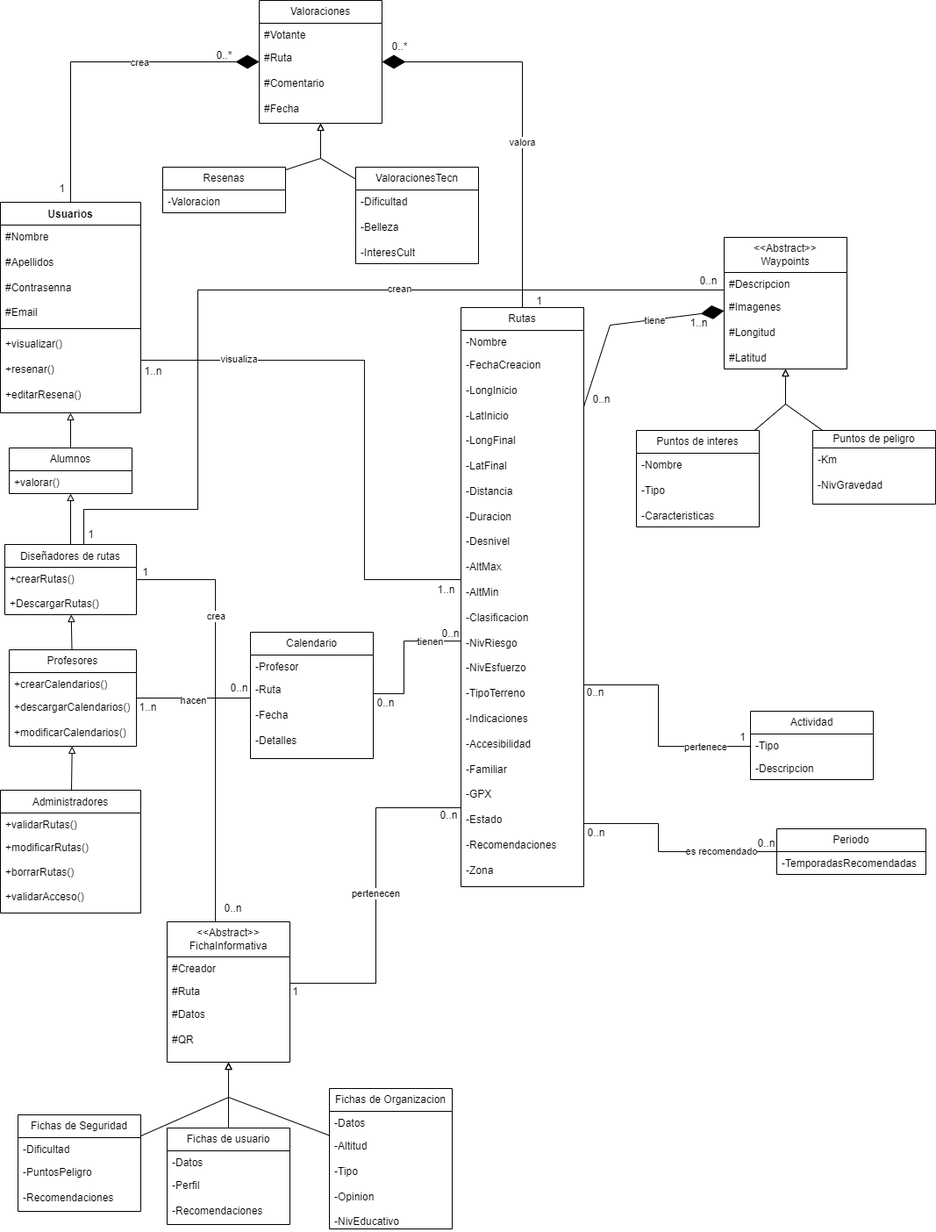
This is imagenes/Diagrama de clases.png from DanCabAltF4/DAM1_EQUIPO1_2425, a draw.io export, as it was before one commit. Source tidied: cells renumbered, new cells last; positions are measured from the earlier drawing's top-left corner, leaving out a move shared by most shapes.
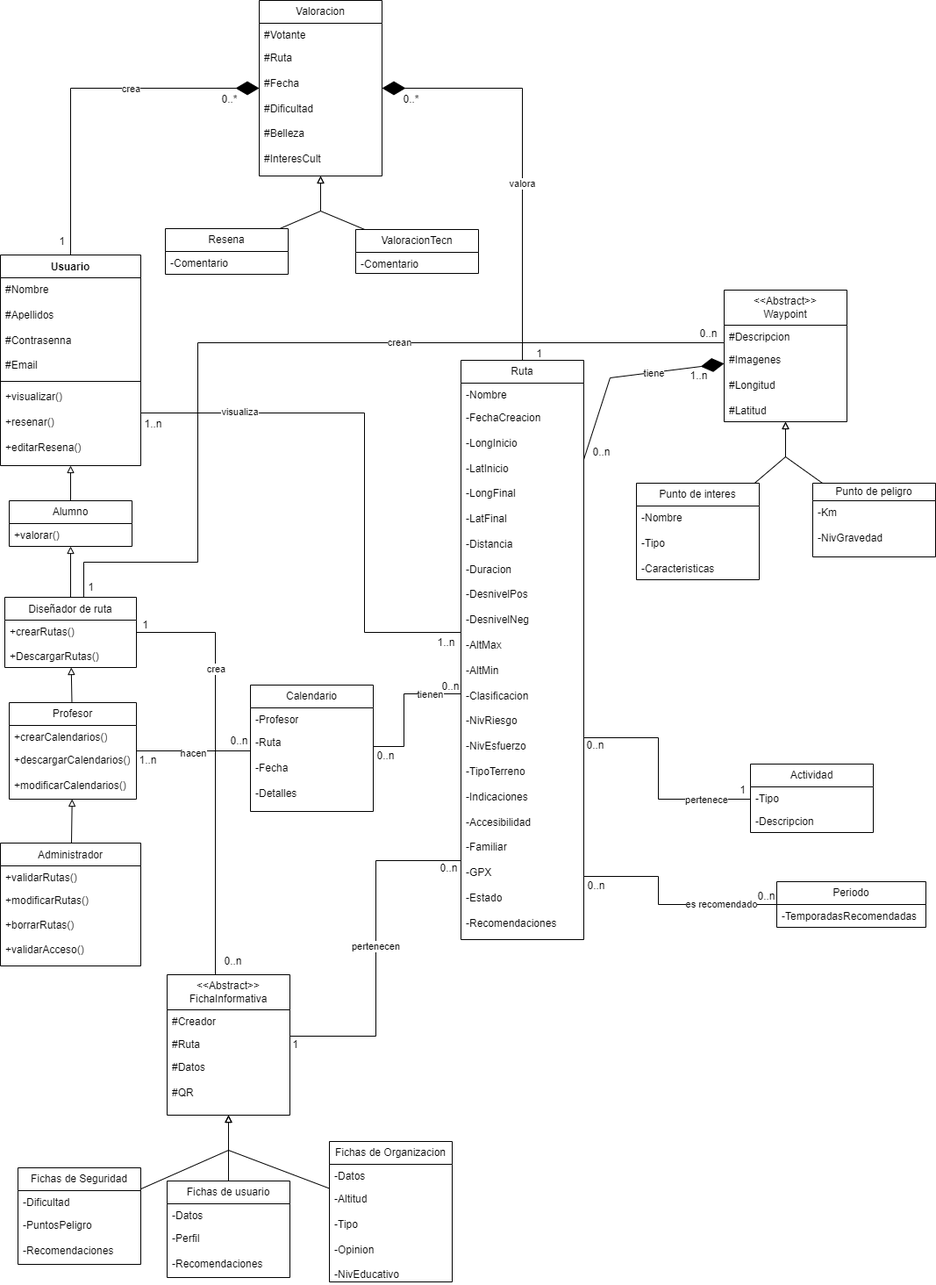
After the commit.

Commit message:
Diagrama de clases actualizadas las valoraciones

Change to the diagram source:
```diff
@@ -2,7 +2,7 @@
   <root>
     <mxCell id="0" />
     <mxCell id="1" parent="0" />
-    <mxCell id="2" value="Administradores" style="swimlane;fontStyle=0;align=center;verticalAlign=top;horizontal=1;startSize=26;rounded=0;shadow=0;strokeWidth=1;labelBackgroundColor=none;" parent="1" vertex="1">
+    <mxCell id="2" value="Administrador" style="swimlane;fontStyle=0;align=center;verticalAlign=top;horizontal=1;startSize=26;rounded=0;shadow=0;strokeWidth=1;labelBackgroundColor=none;" parent="1" vertex="1">
       <mxGeometry y="900" width="160" height="140" as="geometry" />
     </mxCell>
     <mxCell id="3" value="+validarRutas()" style="text;align=left;verticalAlign=top;spacingLeft=4;spacingRight=4;overflow=hidden;labelBackgroundColor=none;" parent="2" vertex="1">
@@ -11,13 +11,13 @@
     <mxCell id="4" value="+modificarRutas()&#10;&#10;+borrarRutas()&#10;&#10;+validarAcceso()" style="text;align=left;verticalAlign=top;spacingLeft=4;spacingRight=4;overflow=hidden;rounded=0;shadow=0;html=0;labelBackgroundColor=none;" parent="2" vertex="1">
       <mxGeometry y="52" width="160" height="88" as="geometry" />
     </mxCell>
-    <mxCell id="5" value="Diseñadores de rutas" style="swimlane;fontStyle=0;align=center;verticalAlign=top;horizontal=1;startSize=26;rounded=0;shadow=0;strokeWidth=1;labelBackgroundColor=none;" parent="1" vertex="1">
+    <mxCell id="5" value="Diseñador de ruta" style="swimlane;fontStyle=0;align=center;verticalAlign=top;horizontal=1;startSize=26;rounded=0;shadow=0;strokeWidth=1;labelBackgroundColor=none;" parent="1" vertex="1">
       <mxGeometry x="5" y="620" width="150" height="80" as="geometry" />
     </mxCell>
     <mxCell id="6" value="+crearRutas()&#10;&#10;+DescargarRutas()" style="text;align=left;verticalAlign=top;spacingLeft=4;spacingRight=4;overflow=hidden;labelBackgroundColor=none;" parent="5" vertex="1">
       <mxGeometry y="26" width="150" height="54" as="geometry" />
     </mxCell>
-    <mxCell id="7" value="Profesores" style="swimlane;fontStyle=0;horizontal=1;startSize=26;fillColor=none;whiteSpace=wrap;html=1;labelBackgroundColor=none;" parent="1" vertex="1">
+    <mxCell id="7" value="Profesor" style="swimlane;fontStyle=0;horizontal=1;startSize=26;fillColor=none;whiteSpace=wrap;html=1;labelBackgroundColor=none;" parent="1" vertex="1">
       <mxGeometry x="10" y="740" width="145" height="110" as="geometry" />
     </mxCell>
     <mxCell id="8" value="+crearCalendarios()" style="text;strokeColor=none;fillColor=none;align=left;verticalAlign=top;spacingLeft=4;spacingRight=4;overflow=hidden;whiteSpace=wrap;html=1;labelBackgroundColor=none;" parent="7" vertex="1">
@@ -26,28 +26,28 @@
     <mxCell id="9" value="+descargarCalendarios()&lt;div&gt;&lt;br&gt;&lt;/div&gt;&lt;div&gt;+modificarCalendarios()&lt;/div&gt;" style="text;strokeColor=none;fillColor=none;align=left;verticalAlign=top;spacingLeft=4;spacingRight=4;overflow=hidden;whiteSpace=wrap;html=1;labelBackgroundColor=none;" parent="7" vertex="1">
       <mxGeometry y="52" width="145" height="58" as="geometry" />
     </mxCell>
-    <mxCell id="10" value="Alumnos" style="swimlane;fontStyle=0;horizontal=1;startSize=26;fillColor=none;whiteSpace=wrap;html=1;" parent="1" vertex="1">
+    <mxCell id="10" value="Alumno" style="swimlane;fontStyle=0;horizontal=1;startSize=26;fillColor=none;whiteSpace=wrap;html=1;" parent="1" vertex="1">
       <mxGeometry x="10" y="510" width="140" height="52" as="geometry" />
     </mxCell>
     <mxCell id="11" value="+valorar()" style="text;strokeColor=none;fillColor=none;align=left;verticalAlign=top;spacingLeft=4;spacingRight=4;overflow=hidden;whiteSpace=wrap;html=1;" parent="10" vertex="1">
       <mxGeometry y="26" width="140" height="26" as="geometry" />
     </mxCell>
-    <mxCell id="12" value="Rutas" style="swimlane;fontStyle=0;horizontal=1;startSize=26;fillColor=none;whiteSpace=wrap;html=1;" parent="1" vertex="1">
+    <mxCell id="12" value="Ruta" style="swimlane;fontStyle=0;horizontal=1;startSize=26;fillColor=none;whiteSpace=wrap;html=1;" parent="1" vertex="1">
       <mxGeometry x="525" y="350" width="140" height="660" as="geometry" />
     </mxCell>
     <mxCell id="13" value="-Nombre" style="text;strokeColor=none;fillColor=none;align=left;verticalAlign=top;spacingLeft=4;spacingRight=4;overflow=hidden;whiteSpace=wrap;html=1;" parent="12" vertex="1">
       <mxGeometry y="26" width="140" height="26" as="geometry" />
     </mxCell>
-    <mxCell id="14" value="&lt;div&gt;-FechaCreacion&lt;/div&gt;&lt;div&gt;&lt;br&gt;&lt;/div&gt;-LongInicio&lt;div&gt;&lt;br&gt;&lt;/div&gt;&lt;div&gt;-LatInicio&lt;br&gt;&lt;div&gt;&lt;br&gt;&lt;/div&gt;&lt;div&gt;-LongFinal&lt;/div&gt;&lt;div&gt;&lt;br&gt;&lt;/div&gt;&lt;div&gt;-LatFinal&lt;/div&gt;&lt;div&gt;&lt;br&gt;&lt;/div&gt;&lt;div&gt;-Distancia&lt;/div&gt;&lt;div&gt;&lt;br&gt;&lt;/div&gt;&lt;div&gt;-Duracion&lt;/div&gt;&lt;div&gt;&lt;br&gt;&lt;/div&gt;&lt;div&gt;-Desnivel&lt;/div&gt;&lt;div&gt;&lt;br&gt;&lt;/div&gt;&lt;div&gt;-AltMax&lt;/div&gt;&lt;div&gt;&lt;br&gt;&lt;/div&gt;&lt;div&gt;-AltMin&lt;/div&gt;&lt;div&gt;&lt;br&gt;&lt;/div&gt;&lt;div&gt;-Clasificacion&lt;/div&gt;&lt;div&gt;&lt;br&gt;&lt;/div&gt;&lt;div&gt;-NivRiesgo&lt;/div&gt;&lt;div&gt;&lt;br&gt;&lt;/div&gt;&lt;div&gt;-NivEsfuerzo&lt;/div&gt;&lt;div&gt;&lt;br&gt;&lt;/div&gt;&lt;div&gt;-TipoTerreno&lt;/div&gt;&lt;div&gt;&lt;br&gt;&lt;/div&gt;&lt;div&gt;-Indicaciones&lt;/div&gt;&lt;div&gt;&lt;br&gt;&lt;/div&gt;&lt;div&gt;-Accesibilidad&lt;/div&gt;&lt;div&gt;&lt;br&gt;&lt;/div&gt;&lt;div&gt;-Familiar&lt;/div&gt;&lt;div&gt;&lt;br&gt;&lt;/div&gt;&lt;div&gt;-GPX&lt;/div&gt;&lt;div&gt;&lt;br&gt;&lt;/div&gt;&lt;div&gt;-Estado&lt;/div&gt;&lt;div&gt;&lt;br&gt;&lt;/div&gt;&lt;div&gt;-Recomendaciones&lt;/div&gt;&lt;div&gt;&lt;br&gt;&lt;/div&gt;&lt;div&gt;-Zona&lt;/div&gt;&lt;/div&gt;" style="text;strokeColor=none;fillColor=none;align=left;verticalAlign=top;spacingLeft=4;spacingRight=4;overflow=hidden;points=[[0,0.5],[1,0.5]];portConstraint=eastwest;whiteSpace=wrap;html=1;" parent="12" vertex="1">
+    <mxCell id="14" value="&lt;div&gt;-FechaCreacion&lt;/div&gt;&lt;div&gt;&lt;br&gt;&lt;/div&gt;-LongInicio&lt;div&gt;&lt;br&gt;&lt;/div&gt;&lt;div&gt;-LatInicio&lt;br&gt;&lt;div&gt;&lt;br&gt;&lt;/div&gt;&lt;div&gt;-LongFinal&lt;/div&gt;&lt;div&gt;&lt;br&gt;&lt;/div&gt;&lt;div&gt;-LatFinal&lt;/div&gt;&lt;div&gt;&lt;br&gt;&lt;/div&gt;&lt;div&gt;-Distancia&lt;/div&gt;&lt;div&gt;&lt;br&gt;&lt;/div&gt;&lt;div&gt;-Duracion&lt;/div&gt;&lt;div&gt;&lt;br&gt;&lt;/div&gt;&lt;div&gt;-DesnivelPos&lt;/div&gt;&lt;div&gt;&lt;br&gt;&lt;/div&gt;&lt;div&gt;-DesnivelNeg&lt;/div&gt;&lt;div&gt;&lt;br&gt;&lt;/div&gt;&lt;div&gt;-AltMax&lt;/div&gt;&lt;div&gt;&lt;br&gt;&lt;/div&gt;&lt;div&gt;-AltMin&lt;/div&gt;&lt;div&gt;&lt;br&gt;&lt;/div&gt;&lt;div&gt;-Clasificacion&lt;/div&gt;&lt;div&gt;&lt;br&gt;&lt;/div&gt;&lt;div&gt;-NivRiesgo&lt;/div&gt;&lt;div&gt;&lt;br&gt;&lt;/div&gt;&lt;div&gt;-NivEsfuerzo&lt;/div&gt;&lt;div&gt;&lt;br&gt;&lt;/div&gt;&lt;div&gt;-TipoTerreno&lt;/div&gt;&lt;div&gt;&lt;br&gt;&lt;/div&gt;&lt;div&gt;-Indicaciones&lt;/div&gt;&lt;div&gt;&lt;br&gt;&lt;/div&gt;&lt;div&gt;-Accesibilidad&lt;/div&gt;&lt;div&gt;&lt;br&gt;&lt;/div&gt;&lt;div&gt;-Familiar&lt;/div&gt;&lt;div&gt;&lt;br&gt;&lt;/div&gt;&lt;div&gt;-GPX&lt;/div&gt;&lt;div&gt;&lt;br&gt;&lt;/div&gt;&lt;div&gt;-Estado&lt;/div&gt;&lt;div&gt;&lt;br&gt;&lt;/div&gt;&lt;div&gt;-Recomendaciones&lt;/div&gt;&lt;div&gt;&lt;br&gt;&lt;/div&gt;&lt;div&gt;-Zona&lt;/div&gt;&lt;/div&gt;" style="text;strokeColor=none;fillColor=none;align=left;verticalAlign=top;spacingLeft=4;spacingRight=4;overflow=hidden;points=[[0,0.5],[1,0.5]];portConstraint=eastwest;whiteSpace=wrap;html=1;" parent="12" vertex="1">
       <mxGeometry y="52" width="140" height="608" as="geometry" />
     </mxCell>
-    <mxCell id="15" value="Puntos de interes" style="swimlane;fontStyle=0;horizontal=1;startSize=26;fillColor=none;whiteSpace=wrap;html=1;" parent="1" vertex="1">
+    <mxCell id="15" value="Punto de interes" style="swimlane;fontStyle=0;horizontal=1;startSize=26;fillColor=none;whiteSpace=wrap;html=1;" parent="1" vertex="1">
       <mxGeometry x="725" y="490" width="140" height="110" as="geometry" />
     </mxCell>
     <mxCell id="16" value="&lt;div&gt;-Nombre&lt;/div&gt;&lt;div&gt;&lt;br&gt;&lt;/div&gt;-Tipo&lt;div&gt;&lt;br&gt;&lt;/div&gt;&lt;div&gt;-Caracteristicas&lt;/div&gt;" style="text;strokeColor=none;fillColor=none;align=left;verticalAlign=top;spacingLeft=4;spacingRight=4;overflow=hidden;whiteSpace=wrap;html=1;" parent="15" vertex="1">
       <mxGeometry y="26" width="140" height="84" as="geometry" />
     </mxCell>
-    <mxCell id="17" value="Puntos de peligro" style="swimlane;fontStyle=0;horizontal=1;startSize=20;fillColor=none;whiteSpace=wrap;html=1;" parent="1" vertex="1">
+    <mxCell id="17" value="Punto de peligro" style="swimlane;fontStyle=0;horizontal=1;startSize=20;fillColor=none;whiteSpace=wrap;html=1;" parent="1" vertex="1">
       <mxGeometry x="926" y="490" width="140" height="84" as="geometry" />
     </mxCell>
     <mxCell id="18" value="&lt;div&gt;&lt;span style=&quot;background-color: initial;&quot;&gt;-Km&lt;/span&gt;&lt;br&gt;&lt;/div&gt;&lt;div&gt;&lt;span style=&quot;background-color: initial;&quot;&gt;&lt;br&gt;&lt;/span&gt;&lt;/div&gt;&lt;div&gt;&lt;span style=&quot;background-color: initial;&quot;&gt;-NivGravedad&lt;/span&gt;&lt;/div&gt;" style="text;strokeColor=none;fillColor=none;align=left;verticalAlign=top;spacingLeft=4;spacingRight=4;overflow=hidden;whiteSpace=wrap;html=1;" parent="17" vertex="1">
@@ -74,14 +74,14 @@
     <mxCell id="25" value="-Ruta&lt;div&gt;&lt;br&gt;&lt;/div&gt;&lt;div&gt;-Fecha&lt;/div&gt;&lt;div&gt;&lt;br&gt;&lt;/div&gt;&lt;div&gt;-Detalles&lt;/div&gt;" style="text;strokeColor=none;fillColor=none;align=left;verticalAlign=top;spacingLeft=4;spacingRight=4;overflow=hidden;whiteSpace=wrap;html=1;" parent="23" vertex="1">
       <mxGeometry y="52" width="140" height="92" as="geometry" />
     </mxCell>
-    <mxCell id="26" value="Valoraciones" style="swimlane;fontStyle=0;horizontal=1;startSize=26;fillColor=none;whiteSpace=wrap;html=1;" parent="1" vertex="1">
-      <mxGeometry x="295" width="140" height="140" as="geometry" />
+    <mxCell id="26" value="Valoracion" style="swimlane;fontStyle=0;horizontal=1;startSize=26;fillColor=none;whiteSpace=wrap;html=1;" parent="1" vertex="1">
+      <mxGeometry x="295" y="-60" width="140" height="200" as="geometry" />
     </mxCell>
     <mxCell id="27" value="#Votante" style="text;strokeColor=none;fillColor=none;align=left;verticalAlign=top;spacingLeft=4;spacingRight=4;overflow=hidden;whiteSpace=wrap;html=1;" parent="26" vertex="1">
       <mxGeometry y="26" width="140" height="26" as="geometry" />
     </mxCell>
-    <mxCell id="28" value="&lt;div&gt;#Ruta&lt;/div&gt;&lt;div&gt;&lt;br&gt;&lt;/div&gt;#Comentario&lt;div&gt;&lt;br&gt;&lt;/div&gt;&lt;div&gt;#Fecha&lt;/div&gt;" style="text;strokeColor=none;fillColor=none;align=left;verticalAlign=top;spacingLeft=4;spacingRight=4;overflow=hidden;whiteSpace=wrap;html=1;" parent="26" vertex="1">
-      <mxGeometry y="52" width="140" height="88" as="geometry" />
+    <mxCell id="28" value="&lt;div&gt;#Ruta&lt;/div&gt;&lt;div&gt;&lt;br&gt;&lt;/div&gt;&lt;div&gt;#Fecha&lt;/div&gt;&lt;div&gt;&lt;br&gt;&lt;/div&gt;&lt;div&gt;#Dificultad&lt;div&gt;&lt;br&gt;&lt;/div&gt;&lt;div&gt;#Belleza&lt;/div&gt;&lt;div&gt;&lt;br&gt;&lt;/div&gt;&lt;div&gt;#InteresCult&lt;/div&gt;&lt;/div&gt;" style="text;strokeColor=none;fillColor=none;align=left;verticalAlign=top;spacingLeft=4;spacingRight=4;overflow=hidden;whiteSpace=wrap;html=1;" parent="26" vertex="1">
+      <mxGeometry y="52" width="140" height="148" as="geometry" />
     </mxCell>
     <mxCell id="29" value="Fichas de Seguridad" style="swimlane;fontStyle=0;horizontal=1;startSize=26;fillColor=none;whiteSpace=wrap;html=1;" parent="1" vertex="1">
       <mxGeometry x="20" y="1270" width="140" height="110" as="geometry" />
@@ -139,7 +139,7 @@
         </Array>
       </mxGeometry>
     </mxCell>
-    <mxCell id="45" value="&lt;div&gt;&lt;span style=&quot;background-color: initial;&quot;&gt;&amp;lt;&amp;lt;Abstract&amp;gt;&amp;gt;&lt;/span&gt;&lt;br&gt;&lt;/div&gt;Waypoints" style="swimlane;fontStyle=0;horizontal=1;startSize=40;fillColor=none;whiteSpace=wrap;html=1;" parent="1" vertex="1">
+    <mxCell id="45" value="&lt;div&gt;&lt;span style=&quot;background-color: initial;&quot;&gt;&amp;lt;&amp;lt;Abstract&amp;gt;&amp;gt;&lt;/span&gt;&lt;br&gt;&lt;/div&gt;Waypoint" style="swimlane;fontStyle=0;horizontal=1;startSize=40;fillColor=none;whiteSpace=wrap;html=1;" parent="1" vertex="1">
       <mxGeometry x="825" y="270" width="140" height="150" as="geometry" />
     </mxCell>
     <mxCell id="46" value="#Descripcion" style="text;strokeColor=none;fillColor=none;align=left;verticalAlign=top;spacingLeft=4;spacingRight=4;overflow=hidden;whiteSpace=wrap;html=1;" parent="45" vertex="1">
@@ -223,10 +223,10 @@
     <mxCell id="62" value="pertenece" style="edgeLabel;html=1;align=center;verticalAlign=middle;" parent="61" vertex="1">
       <mxGeometry x="0.47" relative="1" as="geometry" />
     </mxCell>
-    <mxCell id="63" value="Resenas" style="swimlane;fontStyle=0;horizontal=1;startSize=26;fillColor=none;whiteSpace=wrap;html=1;" parent="1" vertex="1">
-      <mxGeometry x="185" y="190" width="140" height="52" as="geometry" />
+    <mxCell id="63" value="Resena" style="swimlane;fontStyle=0;horizontal=1;startSize=26;fillColor=none;whiteSpace=wrap;html=1;" parent="1" vertex="1">
+      <mxGeometry x="188" y="200" width="140" height="52" as="geometry" />
     </mxCell>
-    <mxCell id="64" value="-Valoracion" style="text;strokeColor=none;fillColor=none;align=left;verticalAlign=top;spacingLeft=4;spacingRight=4;overflow=hidden;whiteSpace=wrap;html=1;" parent="63" vertex="1">
+    <mxCell id="64" value="-Comentario" style="text;strokeColor=none;fillColor=none;align=left;verticalAlign=top;spacingLeft=4;spacingRight=4;overflow=hidden;whiteSpace=wrap;html=1;" parent="63" vertex="1">
       <mxGeometry y="26" width="140" height="26" as="geometry" />
     </mxCell>
     <mxCell id="65" value="Periodo" style="swimlane;fontStyle=0;horizontal=1;startSize=26;fillColor=none;whiteSpace=wrap;html=1;" parent="1" vertex="1">
@@ -235,11 +235,11 @@
     <mxCell id="66" value="-TemporadasRecomendadas" style="text;strokeColor=none;fillColor=none;align=left;verticalAlign=top;spacingLeft=4;spacingRight=4;overflow=hidden;whiteSpace=wrap;html=1;" parent="65" vertex="1">
       <mxGeometry y="26" width="170" height="26" as="geometry" />
     </mxCell>
-    <mxCell id="67" value="ValoracionesTecn" style="swimlane;fontStyle=0;horizontal=1;startSize=26;fillColor=none;whiteSpace=wrap;html=1;" parent="1" vertex="1">
-      <mxGeometry x="405" y="190" width="140" height="110" as="geometry" />
+    <mxCell id="67" value="ValoracionTecn" style="swimlane;fontStyle=0;horizontal=1;startSize=26;fillColor=none;whiteSpace=wrap;html=1;" parent="1" vertex="1">
+      <mxGeometry x="405" y="201" width="140" height="50" as="geometry" />
     </mxCell>
-    <mxCell id="68" value="-Dificultad&lt;div&gt;&lt;br&gt;&lt;/div&gt;&lt;div&gt;-Belleza&lt;/div&gt;&lt;div&gt;&lt;br&gt;&lt;/div&gt;&lt;div&gt;-InteresCult&lt;/div&gt;" style="text;strokeColor=none;fillColor=none;align=left;verticalAlign=top;spacingLeft=4;spacingRight=4;overflow=hidden;whiteSpace=wrap;html=1;" parent="67" vertex="1">
-      <mxGeometry y="26" width="140" height="84" as="geometry" />
+    <mxCell id="68" value="-Comentario" style="text;strokeColor=none;fillColor=none;align=left;verticalAlign=top;spacingLeft=4;spacingRight=4;overflow=hidden;whiteSpace=wrap;html=1;" parent="67" vertex="1">
+      <mxGeometry y="26" width="140" height="24" as="geometry" />
     </mxCell>
     <mxCell id="69" style="endArrow=none;html=1;endSize=12;startArrow=none;startSize=14;startFill=0;edgeStyle=orthogonalEdgeStyle;align=center;verticalAlign=bottom;endFill=0;rounded=0;jumpSize=6;" parent="1" edge="1" source="14" target="65">
       <mxGeometry y="3" relative="1" as="geometry">
@@ -266,7 +266,7 @@
         </Array>
       </mxGeometry>
     </mxCell>
-    <mxCell id="73" value="Usuarios" style="swimlane;fontStyle=1;align=center;verticalAlign=top;horizontal=1;startSize=26;whiteSpace=wrap;html=1;" parent="1" vertex="1">
+    <mxCell id="73" value="Usuario" style="swimlane;fontStyle=1;align=center;verticalAlign=top;horizontal=1;startSize=26;whiteSpace=wrap;html=1;" parent="1" vertex="1">
       <mxGeometry y="230" width="160" height="240" as="geometry" />
     </mxCell>
     <mxCell id="74" value="#Nombre&lt;div&gt;&lt;br&gt;&lt;/div&gt;&lt;div&gt;#Apellidos&lt;/div&gt;&lt;div&gt;&lt;br&gt;&lt;/div&gt;&lt;div&gt;#Contrasenna&lt;/div&gt;&lt;div&gt;&lt;br&gt;&lt;/div&gt;&lt;div&gt;#Email&lt;/div&gt;" style="text;strokeColor=none;fillColor=none;align=left;verticalAlign=top;spacingLeft=4;spacingRight=4;overflow=hidden;whiteSpace=wrap;html=1;" parent="73" vertex="1">
@@ -307,7 +307,7 @@
     <mxCell id="81" style="endArrow=diamondThin;endFill=1;endSize=24;html=1;rounded=0;" parent="1" edge="1" source="73" target="26">
       <mxGeometry relative="1" as="geometry">
         <Array as="points">
-          <mxPoint x="80" y="70" />
+          <mxPoint x="80" y="40" />
         </Array>
       </mxGeometry>
     </mxCell>
@@ -319,7 +319,7 @@
     <mxCell id="83" style="endArrow=diamondThin;endFill=1;endSize=24;html=1;rounded=0;" parent="1" edge="1" source="12" target="26">
       <mxGeometry relative="1" as="geometry">
         <Array as="points">
-          <mxPoint x="595" y="70" />
+          <mxPoint x="595" y="40" />
         </Array>
       </mxGeometry>
     </mxCell>
@@ -342,10 +342,10 @@
       <mxGeometry x="55" y="200" width="30" height="30" as="geometry" />
     </mxCell>
     <mxCell id="88" value="0..*" style="text;html=1;align=center;verticalAlign=middle;strokeColor=none;fillColor=none;" parent="1" vertex="1">
-      <mxGeometry x="235" y="48" width="40" height="30" as="geometry" />
+      <mxGeometry x="241" y="38" width="40" height="30" as="geometry" />
     </mxCell>
     <mxCell id="89" value="0..*" style="text;html=1;align=center;verticalAlign=middle;strokeColor=none;fillColor=none;" parent="1" vertex="1">
-      <mxGeometry x="435" y="38" width="40" height="30" as="geometry" />
+      <mxGeometry x="448" y="38" width="40" height="30" as="geometry" />
     </mxCell>
     <mxCell id="90" value="1" style="text;html=1;align=center;verticalAlign=middle;strokeColor=none;fillColor=none;" parent="1" vertex="1">
       <mxGeometry x="599" y="328" width="30" height="30" as="geometry" />
```
